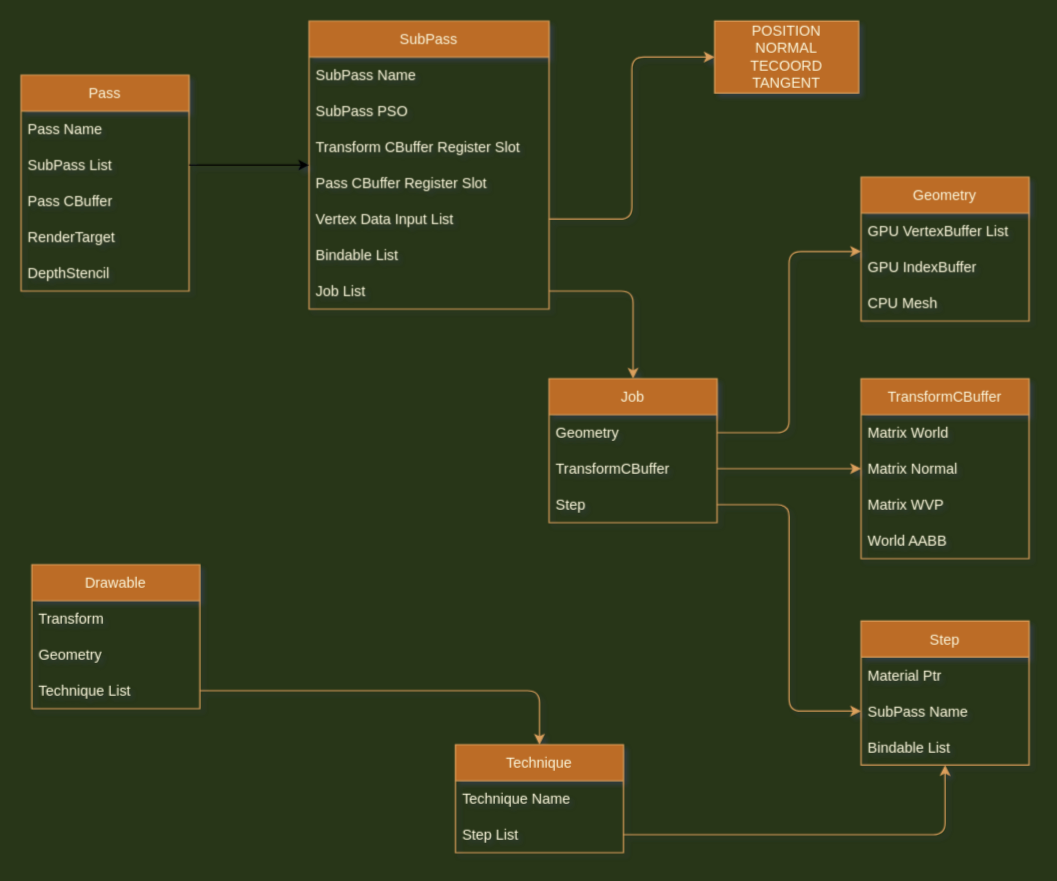
Earlier version of the draw.io diagram RenderGraph/Doc/JobSystem.drawio (shenxin-karl/Dx12Renderer). Source tidied: cells renumbered, new cells numbered last; positions are measured from the earlier drawing's top-left corner, leaving out a move shared by most shapes. Both pictures are drawn from the tidied source at 120%, with x=0, y=0 at pixel (20, 20).
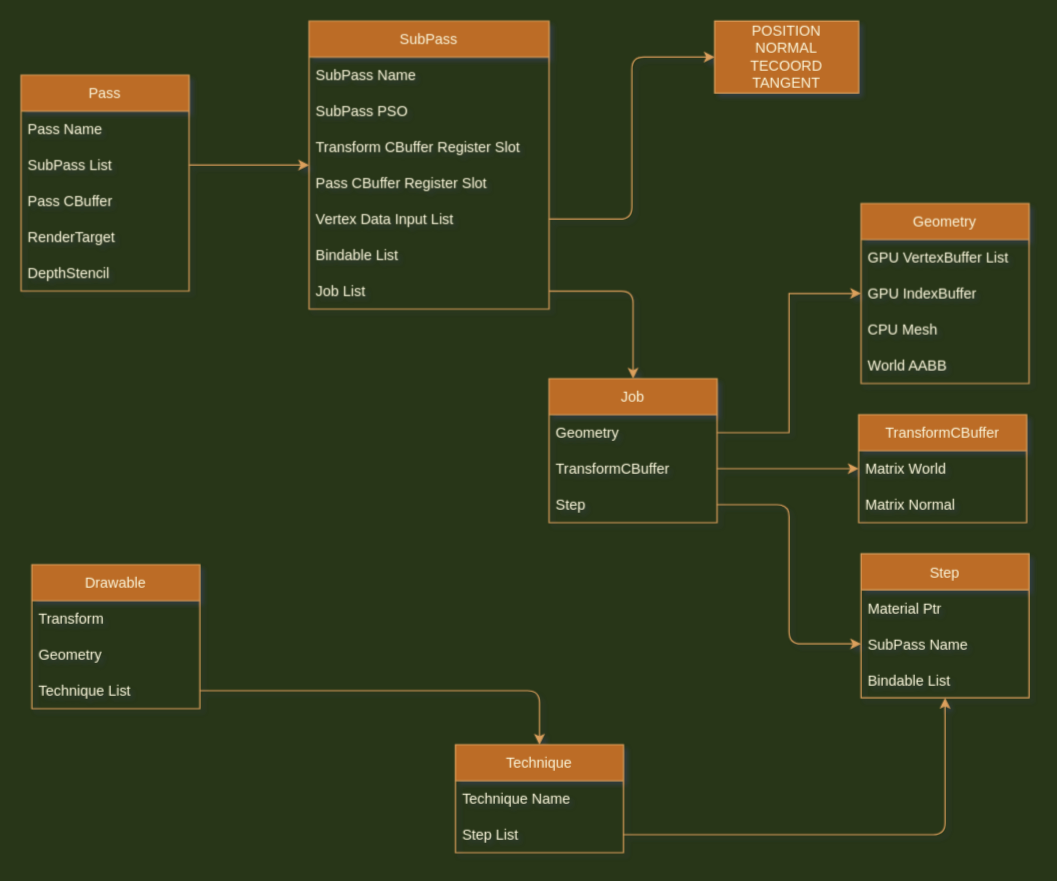
The same diagram, later.

The change refers to these unchanged cells:
```xml
<mxCell id="4" value="SubPass List" style="text;strokeColor=none;fillColor=none;align=left;verticalAlign=middle;spacingLeft=4;spacingRight=4;overflow=hidden;points=[[0,0.5],[1,0.5]];portConstraint=eastwest;rounded=0;sketch=0;fontColor=#FEFAE0;" parent="2" vertex="1">
  <mxGeometry y="60" width="140" height="30" as="geometry" />
</mxCell>
<mxCell id="8" value="SubPass" style="swimlane;fontStyle=0;horizontal=1;startSize=30;rounded=0;sketch=0;fontColor=#FEFAE0;strokeColor=#DDA15E;fillColor=#BC6C25;" parent="1" vertex="1">
  <mxGeometry x="240" width="200" height="240" as="geometry" />
</mxCell>
<mxCell id="17" value="Geometry" style="text;strokeColor=none;fillColor=none;align=left;verticalAlign=middle;spacingLeft=4;spacingRight=4;overflow=hidden;points=[[0,0.5],[1,0.5]];portConstraint=eastwest;rounded=0;sketch=0;fontColor=#FEFAE0;" parent="16" vertex="1">
  <mxGeometry y="30" width="140" height="30" as="geometry" />
</mxCell>
<mxCell id="18" value="TransformCBuffer" style="text;strokeColor=none;fillColor=none;align=left;verticalAlign=middle;spacingLeft=4;spacingRight=4;overflow=hidden;points=[[0,0.5],[1,0.5]];portConstraint=eastwest;rounded=0;sketch=0;fontColor=#FEFAE0;" parent="16" vertex="1">
  <mxGeometry y="60" width="140" height="30" as="geometry" />
</mxCell>
<mxCell id="23" value="GPU IndexBuffer" style="text;strokeColor=none;fillColor=none;align=left;verticalAlign=middle;spacingLeft=4;spacingRight=4;overflow=hidden;points=[[0,0.5],[1,0.5]];portConstraint=eastwest;rounded=0;sketch=0;fontColor=#FEFAE0;" parent="21" vertex="1">
  <mxGeometry y="60" width="140" height="30" as="geometry" />
</mxCell>
<mxCell id="42" value="Technique List" style="text;strokeColor=none;fillColor=none;align=left;verticalAlign=middle;spacingLeft=4;spacingRight=4;overflow=hidden;points=[[0,0.5],[1,0.5]];portConstraint=eastwest;rounded=0;sketch=0;fontColor=#FEFAE0;" parent="39" vertex="1">
  <mxGeometry y="90" width="140" height="30" as="geometry" />
</mxCell>
<mxCell id="43" value="Technique" style="swimlane;fontStyle=0;horizontal=1;startSize=30;rounded=0;sketch=0;fontColor=#FEFAE0;strokeColor=#DDA15E;fillColor=#BC6C25;" parent="1" vertex="1">
  <mxGeometry x="362" y="603" width="140" height="90" as="geometry" />
</mxCell>
<mxCell id="45" value="Step List" style="text;strokeColor=none;fillColor=none;align=left;verticalAlign=middle;spacingLeft=4;spacingRight=4;overflow=hidden;points=[[0,0.5],[1,0.5]];portConstraint=eastwest;rounded=0;sketch=0;fontColor=#FEFAE0;" parent="43" vertex="1">
  <mxGeometry y="60" width="140" height="30" as="geometry" />
</mxCell>
```

Change to the diagram source:
```diff
@@
     <mxCell id="21" value="Geometry" style="swimlane;fontStyle=0;horizontal=1;startSize=30;rounded=0;sketch=0;fontColor=#FEFAE0;strokeColor=#DDA15E;fillColor=#BC6C25;" parent="1" vertex="1">
-      <mxGeometry x="700" y="130" width="140" height="120" as="geometry" />
+      <mxGeometry x="700" y="152" width="140" height="150" as="geometry" />
     </mxCell>
@@
+    <mxCell id="29" value="World AABB" style="text;strokeColor=none;fillColor=none;align=left;verticalAlign=middle;spacingLeft=4;spacingRight=4;overflow=hidden;rounded=0;sketch=0;fontColor=#FEFAE0;" parent="21" vertex="1">
+      <mxGeometry y="120" width="140" height="30" as="geometry" />
+    </mxCell>
     <mxCell id="25" value="TransformCBuffer" style="swimlane;fontStyle=0;horizontal=1;startSize=30;rounded=0;sketch=0;fontColor=#FEFAE0;strokeColor=#DDA15E;fillColor=#BC6C25;" parent="1" vertex="1">
-      <mxGeometry x="700" y="298" width="140" height="150" as="geometry" />
+      <mxGeometry x="698" y="328" width="140" height="90" as="geometry" />
     </mxCell>
@@
-    <mxCell id="28" value="Matrix WVP" style="text;strokeColor=none;fillColor=none;align=left;verticalAlign=middle;spacingLeft=4;spacingRight=4;overflow=hidden;rounded=0;sketch=0;fontColor=#FEFAE0;" parent="25" vertex="1">
-      <mxGeometry y="90" width="140" height="30" as="geometry" />
-    </mxCell>
-    <mxCell id="29" value="World AABB" style="text;strokeColor=none;fillColor=none;align=left;verticalAlign=middle;spacingLeft=4;spacingRight=4;overflow=hidden;rounded=0;sketch=0;fontColor=#FEFAE0;" parent="25" vertex="1">
-      <mxGeometry y="120" width="140" height="30" as="geometry" />
-    </mxCell>
-    <mxCell id="30" style="edgeStyle=orthogonalEdgeStyle;curved=0;rounded=1;sketch=0;jettySize=auto;html=1;exitX=1;exitY=0.5;exitDx=0;exitDy=0;fontColor=#FEFAE0;strokeColor=#DDA15E;fillColor=#BC6C25;labelBackgroundColor=#283618;" parent="1" edge="1" source="18" target="25">
-      <mxGeometry relative="1" as="geometry" />
-    </mxCell>
-    <mxCell id="31" style="edgeStyle=orthogonalEdgeStyle;curved=0;rounded=1;sketch=0;jettySize=auto;html=1;exitX=1;exitY=0.5;exitDx=0;exitDy=0;entryX=0;entryY=0.067;entryDx=0;entryDy=0;entryPerimeter=0;fontColor=#FEFAE0;strokeColor=#DDA15E;fillColor=#BC6C25;labelBackgroundColor=#283618;" parent="1" edge="1" source="17" target="23">
-      <mxGeometry relative="1" as="geometry" />
-    </mxCell>
     <mxCell id="32" value="Step" style="swimlane;fontStyle=0;horizontal=1;startSize=30;rounded=0;sketch=0;fontColor=#FEFAE0;strokeColor=#DDA15E;fillColor=#BC6C25;" parent="1" vertex="1">
-      <mxGeometry x="700" y="500" width="140" height="120" as="geometry" />
+      <mxGeometry x="700" y="444" width="140" height="120" as="geometry" />
     </mxCell>
@@
-    <mxCell id="46" style="edgeStyle=orthogonalEdgeStyle;curved=0;rounded=1;sketch=0;jettySize=auto;html=1;exitX=1;exitY=0.5;exitDx=0;exitDy=0;fontColor=#FEFAE0;strokeColor=#DDA15E;fillColor=#BC6C25;" parent="1" edge="1" source="42" target="43">
+    <mxCell id="46" style="edgeStyle=orthogonalEdgeStyle;curved=0;rounded=1;sketch=0;jettySize=auto;html=1;exitX=1;exitY=0.5;exitDx=0;exitDy=0;fontColor=#FEFAE0;strokeColor=#DDA15E;fillColor=#BC6C25;labelBackgroundColor=#283618;" parent="1" edge="1" source="42" target="43">
       <mxGeometry relative="1" as="geometry" />
     </mxCell>
-    <mxCell id="47" style="edgeStyle=orthogonalEdgeStyle;curved=0;rounded=1;sketch=0;jettySize=auto;html=1;exitX=1;exitY=0.5;exitDx=0;exitDy=0;fontColor=#FEFAE0;strokeColor=#DDA15E;fillColor=#BC6C25;" parent="1" edge="1" source="45" target="32">
+    <mxCell id="47" style="edgeStyle=orthogonalEdgeStyle;curved=0;rounded=1;sketch=0;jettySize=auto;html=1;exitX=1;exitY=0.5;exitDx=0;exitDy=0;fontColor=#FEFAE0;strokeColor=#DDA15E;fillColor=#BC6C25;labelBackgroundColor=#283618;" parent="1" edge="1" source="45" target="32">
       <mxGeometry relative="1" as="geometry" />
     </mxCell>
-    <mxCell id="48" style="edgeStyle=none;html=1;exitX=1;exitY=0.5;exitDx=0;exitDy=0;" parent="1" edge="1" source="4" target="8">
+    <mxCell id="48" style="edgeStyle=none;html=1;exitX=1;exitY=0.5;exitDx=0;exitDy=0;labelBackgroundColor=#283618;strokeColor=#DDA15E;fontColor=#FEFAE0;" parent="1" edge="1" source="4" target="8">
       <mxGeometry relative="1" as="geometry" />
     </mxCell>
+    <mxCell id="31" style="edgeStyle=orthogonalEdgeStyle;rounded=0;jettySize=auto;html=1;exitX=1;exitY=0.5;exitDx=0;exitDy=0;entryX=0;entryY=0.5;entryDx=0;entryDy=0;labelBackgroundColor=#283618;strokeColor=#DDA15E;fontColor=#FEFAE0;" parent="1" edge="1" source="17" target="23">
+      <mxGeometry relative="1" as="geometry" />
+    </mxCell>
+    <mxCell id="30" style="edgeStyle=orthogonalEdgeStyle;rounded=0;jettySize=auto;html=1;fontColor=#FEFAE0;strokeColor=#DDA15E;fillColor=#BC6C25;" parent="1" edge="1" source="18" target="25">
+      <mxGeometry relative="1" as="geometry" />
+    </mxCell>
```
